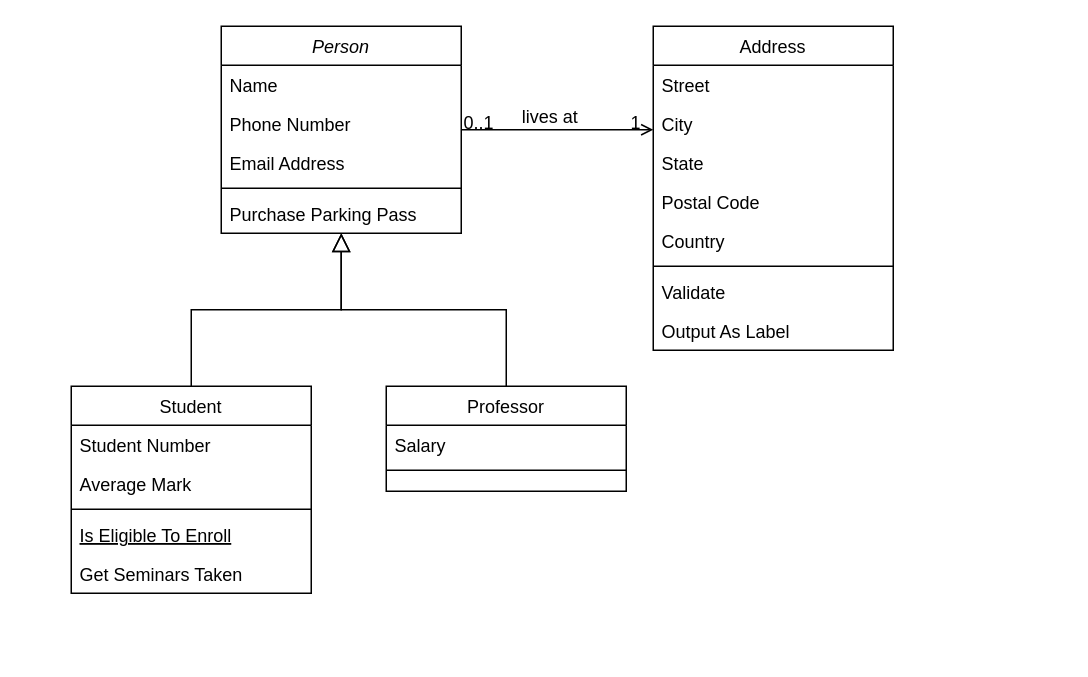
This is Diagrama sem nome.drawio from Pribbb01/UMLiphone, a draw.io file, before an edit. Source tidied: cells renumbered, new cells numbered last; positions are measured from the earlier drawing's top-left corner, leaving out a move shared by most shapes. Both pictures are drawn from the tidied source at 150%, with x=0, y=0 at pixel (70, 26).
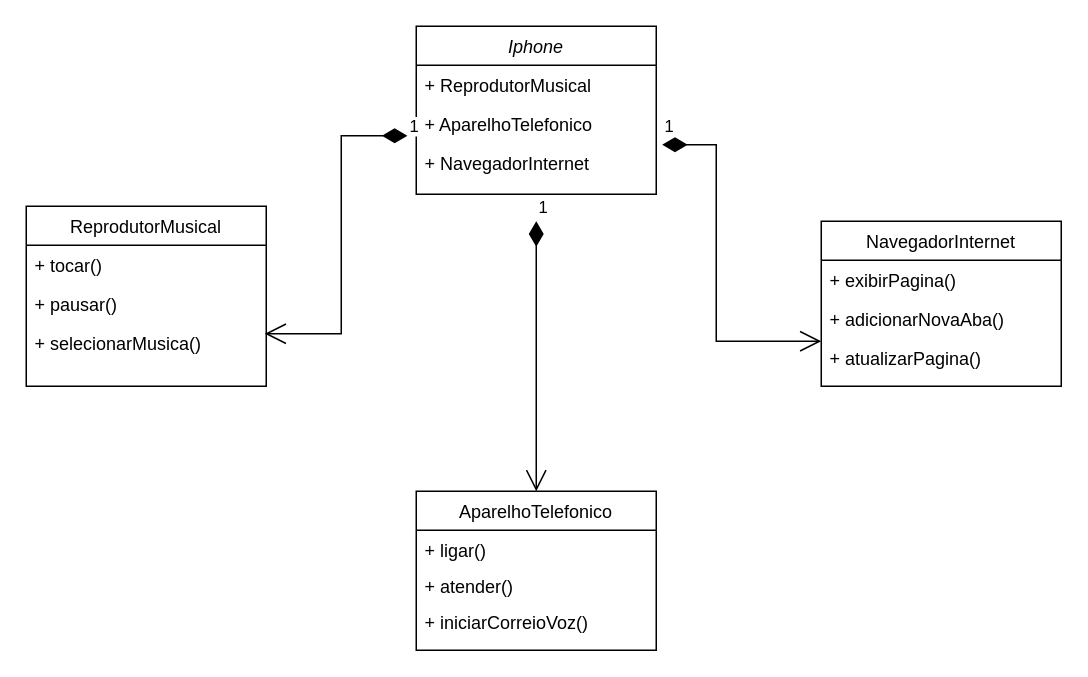
The same diagram, later.

What changed in the source:
```diff
@@
-    <mxCell id="2" value="Person" style="swimlane;fontStyle=2;align=center;verticalAlign=top;horizontal=1;startSize=26;rounded=0;shadow=0;strokeWidth=1;" parent="1" vertex="1">
-      <mxGeometry x="100" width="160" height="138" as="geometry" />
+    <mxCell id="2" value="Iphone" style="swimlane;fontStyle=2;align=center;verticalAlign=top;horizontal=1;startSize=26;rounded=0;shadow=0;strokeWidth=1;" parent="1" vertex="1">
+      <mxGeometry x="230" width="160" height="112" as="geometry" />
     </mxCell>
-    <mxCell id="3" value="Name" style="text;align=left;verticalAlign=top;spacingLeft=4;spacingRight=4;overflow=hidden;" parent="2" vertex="1">
+    <mxCell id="3" value="+ ReprodutorMusical  " style="text;align=left;verticalAlign=top;spacingLeft=4;spacingRight=4;overflow=hidden;" parent="2" vertex="1">
       <mxGeometry y="26" width="160" height="26" as="geometry" />
     </mxCell>
-    <mxCell id="4" value="Phone Number" style="text;align=left;verticalAlign=top;spacingLeft=4;spacingRight=4;overflow=hidden;rounded=0;shadow=0;html=0;" parent="2" vertex="1">
+    <mxCell id="4" value="+ AparelhoTelefonico" style="text;align=left;verticalAlign=top;spacingLeft=4;spacingRight=4;overflow=hidden;rounded=0;shadow=0;html=0;" parent="2" vertex="1">
       <mxGeometry y="52" width="160" height="26" as="geometry" />
     </mxCell>
-    <mxCell id="5" value="Email Address" style="text;align=left;verticalAlign=top;spacingLeft=4;spacingRight=4;overflow=hidden;points=[[0,0.5],[1,0.5]];portConstraint=eastwest;rounded=0;shadow=0;html=0;" parent="2" vertex="1">
+    <mxCell id="5" value=" + NavegadorInternet" style="text;align=left;verticalAlign=top;spacingLeft=4;spacingRight=4;overflow=hidden;points=[[0,0.5],[1,0.5]];portConstraint=eastwest;rounded=0;shadow=0;html=0;" parent="2" vertex="1">
       <mxGeometry y="78" width="160" height="26" as="geometry" />
     </mxCell>
-    <mxCell id="6" style="line;html=1;strokeWidth=1;align=left;verticalAlign=middle;spacingTop=-1;spacingLeft=3;spacingRight=3;labelPosition=right;" parent="2" vertex="1">
-      <mxGeometry y="104" width="160" height="8" as="geometry" />
-    </mxCell>
-    <mxCell id="7" value="Purchase Parking Pass" style="text;align=left;verticalAlign=top;spacingLeft=4;spacingRight=4;overflow=hidden;" parent="2" vertex="1">
-      <mxGeometry y="112" width="160" height="26" as="geometry" />
-    </mxCell>
-    <mxCell id="8" value="Student" style="swimlane;fontStyle=0;align=center;verticalAlign=top;horizontal=1;startSize=26;rounded=0;shadow=0;strokeWidth=1;" parent="1" vertex="1">
-      <mxGeometry y="240" width="160" height="138" as="geometry" />
+    <mxCell id="8" value="ReprodutorMusical " style="swimlane;fontStyle=0;align=center;verticalAlign=top;horizontal=1;startSize=26;rounded=0;shadow=0;strokeWidth=1;" parent="1" vertex="1">
+      <mxGeometry x="-30" y="120" width="160" height="120" as="geometry" />
     </mxCell>
-    <mxCell id="9" value="Student Number" style="text;align=left;verticalAlign=top;spacingLeft=4;spacingRight=4;overflow=hidden;" parent="8" vertex="1">
+    <mxCell id="9" value=" + tocar()  " style="text;align=left;verticalAlign=top;spacingLeft=4;spacingRight=4;overflow=hidden;" parent="8" vertex="1">
       <mxGeometry y="26" width="160" height="26" as="geometry" />
     </mxCell>
-    <mxCell id="10" value="Average Mark" style="text;align=left;verticalAlign=top;spacingLeft=4;spacingRight=4;overflow=hidden;rounded=0;shadow=0;html=0;" parent="8" vertex="1">
-      <mxGeometry y="52" width="160" height="26" as="geometry" />
-    </mxCell>
-    <mxCell id="11" style="line;html=1;strokeWidth=1;align=left;verticalAlign=middle;spacingTop=-1;spacingLeft=3;spacingRight=3;labelPosition=right;" parent="8" vertex="1">
-      <mxGeometry y="78" width="160" height="8" as="geometry" />
-    </mxCell>
-    <mxCell id="12" value="Is Eligible To Enroll" style="text;align=left;verticalAlign=top;spacingLeft=4;spacingRight=4;overflow=hidden;fontStyle=4;" parent="8" vertex="1">
-      <mxGeometry y="86" width="160" height="26" as="geometry" />
-    </mxCell>
-    <mxCell id="13" value="Get Seminars Taken" style="text;align=left;verticalAlign=top;spacingLeft=4;spacingRight=4;overflow=hidden;" parent="8" vertex="1">
-      <mxGeometry y="112" width="160" height="26" as="geometry" />
-    </mxCell>
-    <mxCell id="14" style="endArrow=block;endSize=10;endFill=0;shadow=0;strokeWidth=1;rounded=0;edgeStyle=elbowEdgeStyle;elbow=vertical;" parent="1" edge="1" source="8" target="2">
-      <mxGeometry relative="1" as="geometry" />
-    </mxCell>
+    <mxCell id="32" value=" + pausar()  " style="text;align=left;verticalAlign=top;spacingLeft=4;spacingRight=4;overflow=hidden;" parent="8" vertex="1">
+      <mxGeometry y="52" width="160" height="26" as="geometry" />
+    </mxCell>
+    <mxCell id="33" value="+ selecionarMusica()" style="text;align=left;verticalAlign=top;spacingLeft=4;spacingRight=4;overflow=hidden;points=[[0,0.5],[1,0.5]];portConstraint=eastwest;" parent="8" vertex="1">
+      <mxGeometry y="78" width="160" height="26" as="geometry" />
+    </mxCell>
-    <mxCell id="15" value="Professor" style="swimlane;fontStyle=0;align=center;verticalAlign=top;horizontal=1;startSize=26;rounded=0;shadow=0;strokeWidth=1;" parent="1" vertex="1">
-      <mxGeometry x="210" y="240" width="160" height="70" as="geometry" />
+    <mxCell id="15" value="AparelhoTelefonico" style="swimlane;fontStyle=0;align=center;verticalAlign=top;horizontal=1;startSize=26;rounded=0;shadow=0;strokeWidth=1;" parent="1" vertex="1">
+      <mxGeometry x="230" y="310" width="160" height="106" as="geometry" />
     </mxCell>
-    <mxCell id="16" value="Salary" style="text;align=left;verticalAlign=top;spacingLeft=4;spacingRight=4;overflow=hidden;" parent="15" vertex="1">
-      <mxGeometry y="26" width="160" height="26" as="geometry" />
+    <mxCell id="16" value="+ ligar() " style="text;align=left;verticalAlign=top;spacingLeft=4;spacingRight=4;overflow=hidden;" parent="15" vertex="1">
+      <mxGeometry y="26" width="160" height="24" as="geometry" />
     </mxCell>
-    <mxCell id="17" style="line;html=1;strokeWidth=1;align=left;verticalAlign=middle;spacingTop=-1;spacingLeft=3;spacingRight=3;labelPosition=right;" parent="15" vertex="1">
-      <mxGeometry y="52" width="160" height="8" as="geometry" />
-    </mxCell>
-    <mxCell id="18" style="endArrow=block;endSize=10;endFill=0;shadow=0;strokeWidth=1;rounded=0;edgeStyle=elbowEdgeStyle;elbow=vertical;" parent="1" edge="1" source="15" target="2">
-      <mxGeometry relative="1" as="geometry" />
-    </mxCell>
+    <mxCell id="34" value="+ atender() " style="text;align=left;verticalAlign=top;spacingLeft=4;spacingRight=4;overflow=hidden;" parent="15" vertex="1">
+      <mxGeometry y="50" width="160" height="24" as="geometry" />
+    </mxCell>
+    <mxCell id="35" value="+ iniciarCorreioVoz()" style="text;align=left;verticalAlign=top;spacingLeft=4;spacingRight=4;overflow=hidden;" parent="15" vertex="1">
+      <mxGeometry y="74" width="160" height="24" as="geometry" />
+    </mxCell>
-    <mxCell id="19" value="Address" style="swimlane;fontStyle=0;align=center;verticalAlign=top;horizontal=1;startSize=26;rounded=0;shadow=0;strokeWidth=1;" parent="1" vertex="1">
-      <mxGeometry x="388" width="160" height="216" as="geometry" />
+    <mxCell id="19" value="NavegadorInternet " style="swimlane;fontStyle=0;align=center;verticalAlign=top;horizontal=1;startSize=26;rounded=0;shadow=0;strokeWidth=1;" parent="1" vertex="1">
+      <mxGeometry x="500" y="130" width="160" height="110" as="geometry" />
     </mxCell>
-    <mxCell id="20" value="Street" style="text;align=left;verticalAlign=top;spacingLeft=4;spacingRight=4;overflow=hidden;" parent="19" vertex="1">
+    <mxCell id="20" value="+ exibirPagina()" style="text;align=left;verticalAlign=top;spacingLeft=4;spacingRight=4;overflow=hidden;" parent="19" vertex="1">
       <mxGeometry y="26" width="160" height="26" as="geometry" />
     </mxCell>
-    <mxCell id="21" value="City" style="text;align=left;verticalAlign=top;spacingLeft=4;spacingRight=4;overflow=hidden;rounded=0;shadow=0;html=0;" parent="19" vertex="1">
+    <mxCell id="21" value="+ adicionarNovaAba()" style="text;align=left;verticalAlign=top;spacingLeft=4;spacingRight=4;overflow=hidden;rounded=0;shadow=0;html=0;" parent="19" vertex="1">
       <mxGeometry y="52" width="160" height="26" as="geometry" />
     </mxCell>
-    <mxCell id="22" value="State" style="text;align=left;verticalAlign=top;spacingLeft=4;spacingRight=4;overflow=hidden;points=[[0,0.5],[1,0.5]];portConstraint=eastwest;rounded=0;shadow=0;html=0;" parent="19" vertex="1">
+    <mxCell id="22" value="+ atualizarPagina()" style="text;align=left;verticalAlign=top;spacingLeft=4;spacingRight=4;overflow=hidden;points=[[0,0.5],[1,0.5]];portConstraint=eastwest;rounded=0;shadow=0;html=0;" parent="19" vertex="1">
       <mxGeometry y="78" width="160" height="26" as="geometry" />
     </mxCell>
-    <mxCell id="23" value="Postal Code" style="text;align=left;verticalAlign=top;spacingLeft=4;spacingRight=4;overflow=hidden;rounded=0;shadow=0;html=0;" parent="19" vertex="1">
-      <mxGeometry y="104" width="160" height="26" as="geometry" />
-    </mxCell>
-    <mxCell id="24" value="Country" style="text;align=left;verticalAlign=top;spacingLeft=4;spacingRight=4;overflow=hidden;rounded=0;shadow=0;html=0;" parent="19" vertex="1">
-      <mxGeometry y="130" width="160" height="26" as="geometry" />
-    </mxCell>
-    <mxCell id="25" style="line;html=1;strokeWidth=1;align=left;verticalAlign=middle;spacingTop=-1;spacingLeft=3;spacingRight=3;labelPosition=right;" parent="19" vertex="1">
-      <mxGeometry y="156" width="160" height="8" as="geometry" />
-    </mxCell>
-    <mxCell id="26" value="Validate" style="text;align=left;verticalAlign=top;spacingLeft=4;spacingRight=4;overflow=hidden;" parent="19" vertex="1">
-      <mxGeometry y="164" width="160" height="26" as="geometry" />
-    </mxCell>
-    <mxCell id="27" value="Output As Label" style="text;align=left;verticalAlign=top;spacingLeft=4;spacingRight=4;overflow=hidden;" parent="19" vertex="1">
-      <mxGeometry y="190" width="160" height="26" as="geometry" />
-    </mxCell>
-    <mxCell id="28" style="endArrow=open;shadow=0;strokeWidth=1;rounded=0;endFill=1;edgeStyle=elbowEdgeStyle;elbow=vertical;" parent="1" edge="1" source="2" target="19">
-      <mxGeometry x="0.5" y="41" relative="1" as="geometry">
-        <mxPoint x="-40" y="32" as="offset" />
-      </mxGeometry>
-    </mxCell>
-    <mxCell id="29" value="0..1" style="align=left;verticalAlign=bottom;labelBackgroundColor=none;fontSize=12;" parent="28" vertex="1">
-      <mxGeometry x="-1" relative="1" as="geometry">
-        <mxPoint y="4" as="offset" />
-      </mxGeometry>
-    </mxCell>
-    <mxCell id="30" value="1" style="align=right;verticalAlign=bottom;labelBackgroundColor=none;fontSize=12;" parent="28" vertex="1">
-      <mxGeometry x="1" relative="1" as="geometry">
-        <mxPoint x="-7" y="4" as="offset" />
-      </mxGeometry>
-    </mxCell>
-    <mxCell id="31" value="lives at" style="text;html=1;align=center;verticalAlign=middle;labelBackgroundColor=none;rounded=0;shadow=0;strokeWidth=1;fontSize=12;" parent="28" vertex="1">
-      <mxGeometry x="0.5" y="49" relative="1" as="geometry">
-        <mxPoint x="-38" y="40" as="offset" />
-      </mxGeometry>
-    </mxCell>
+    <mxCell id="36" value="1" style="endArrow=open;html=1;endSize=12;startArrow=diamondThin;startSize=14;startFill=1;edgeStyle=orthogonalEdgeStyle;align=left;verticalAlign=bottom;rounded=0;entryX=0.994;entryY=0.269;entryDx=0;entryDy=0;entryPerimeter=0;exitX=-0.037;exitY=-0.192;exitDx=0;exitDy=0;exitPerimeter=0;" parent="1" edge="1" source="5" target="33">
+      <mxGeometry x="-1" y="3" relative="1" as="geometry" />
+    </mxCell>
+    <mxCell id="37" value="1" style="endArrow=open;html=1;endSize=12;startArrow=diamondThin;startSize=14;startFill=1;edgeStyle=orthogonalEdgeStyle;align=left;verticalAlign=bottom;rounded=0;exitX=1.025;exitY=0.038;exitDx=0;exitDy=0;exitPerimeter=0;" parent="1" edge="1" source="5" target="22">
+      <mxGeometry x="-1" y="3" relative="1" as="geometry">
+        <Array as="points">
+          <mxPoint x="430" y="79" />
+          <mxPoint x="430" y="210" />
+        </Array>
+      </mxGeometry>
+    </mxCell>
+    <mxCell id="38" value="1" style="endArrow=open;html=1;endSize=12;startArrow=diamondThin;startSize=14;startFill=1;edgeStyle=orthogonalEdgeStyle;align=left;verticalAlign=bottom;rounded=0;" parent="1" edge="1" target="15">
+      <mxGeometry x="-1" relative="1" as="geometry">
+        <mxPoint x="310" y="130" as="sourcePoint" />
+        <Array as="points">
+          <mxPoint x="310" y="190" />
+          <mxPoint x="310" y="190" />
+        </Array>
+      </mxGeometry>
+    </mxCell>
```
